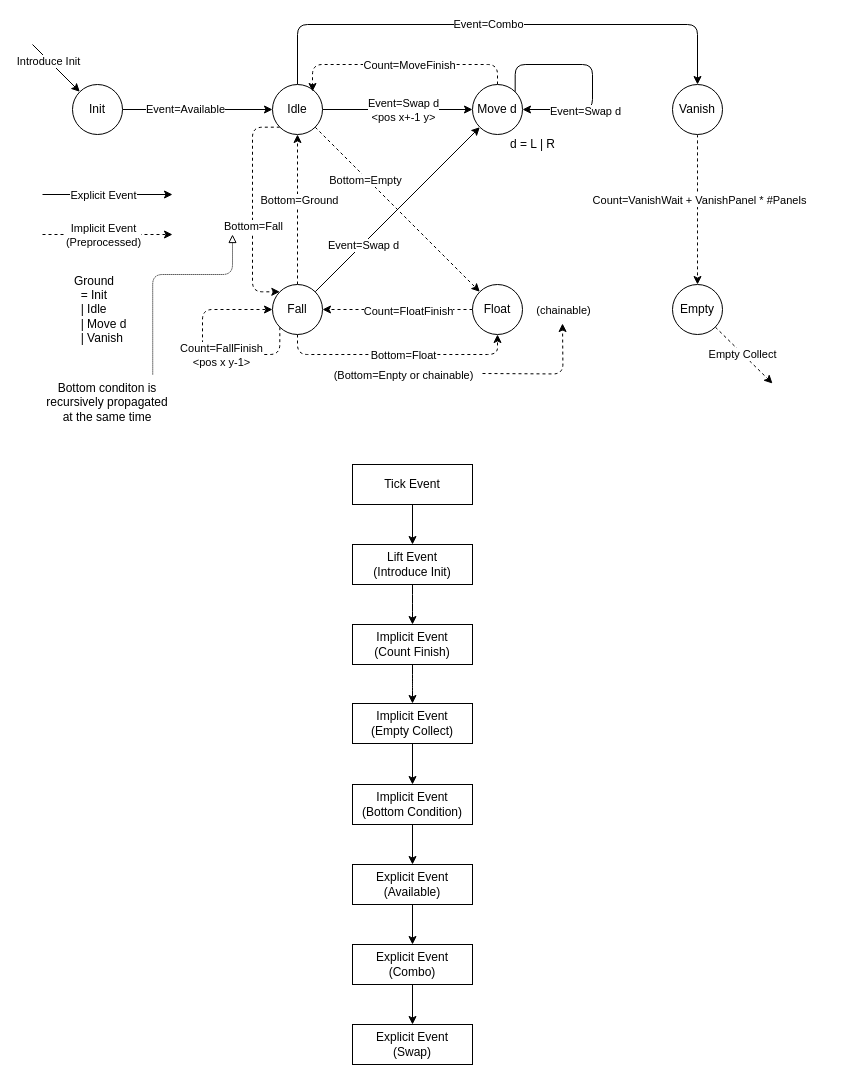
Before: panel.drawio in matonix/panepon, a draw.io diagram. Source tidied: cells renumbered, new cells numbered last; positions are measured from the earlier drawing's top-left corner, leaving out a move shared by most shapes. Both pictures are drawn from the tidied source at 100%, with x=0, y=0 at pixel (32, 24).
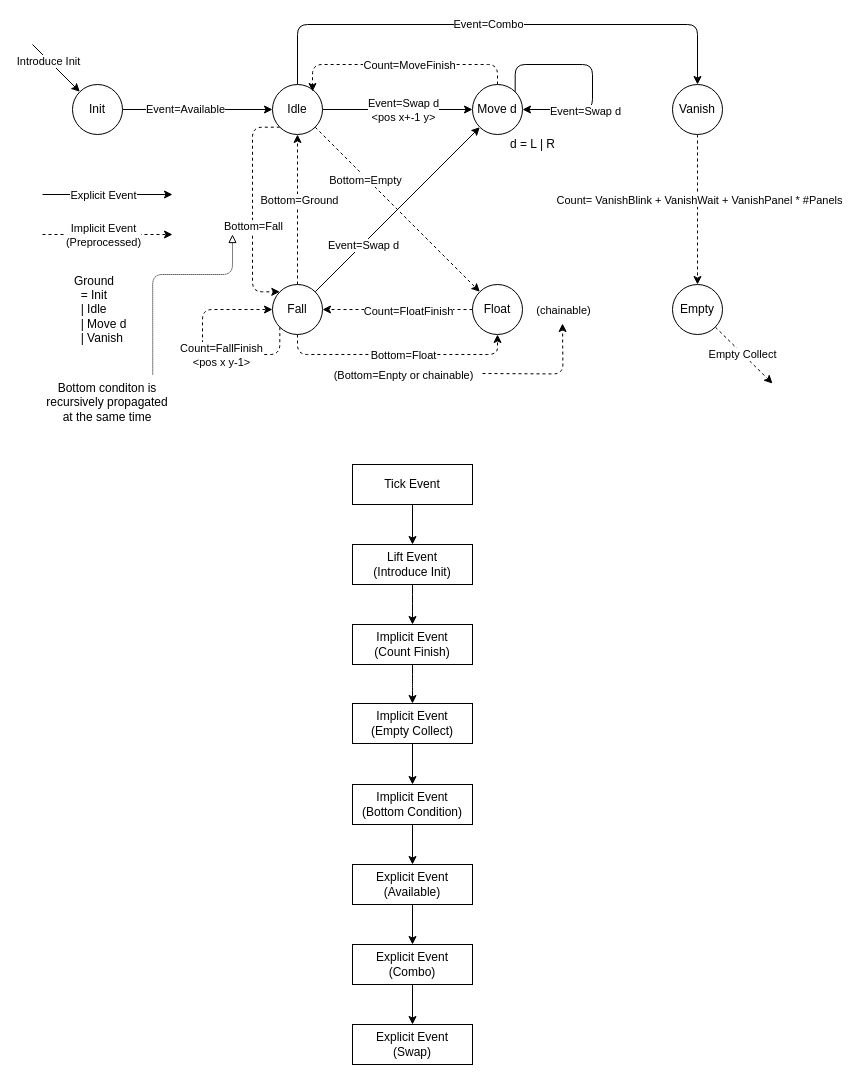
Above is the later version.

Unchanged cells that the change refers to:
```xml
<mxCell id="16" style="edgeStyle=orthogonalEdgeStyle;curved=1;jettySize=auto;html=1;exitX=0.5;exitY=1;exitDx=0;exitDy=0;entryX=0.5;entryY=0;entryDx=0;entryDy=0;dashed=1;" parent="1" edge="1" source="18" target="33">
  <mxGeometry relative="1" as="geometry" />
</mxCell>
```

Diff of the diagram source:
```diff
@@
-    <mxCell id="17" value="Count=VanishWait + VanishPanel * #Panels" style="edgeLabel;html=1;align=center;verticalAlign=middle;" parent="16" vertex="1">
+    <mxCell id="17" value="Count= VanishBlink + VanishWait + VanishPanel * #Panels" style="edgeLabel;html=1;align=center;verticalAlign=middle;" parent="16" vertex="1">
       <mxGeometry x="-0.14" y="1" relative="1" as="geometry" />
     </mxCell>
```
